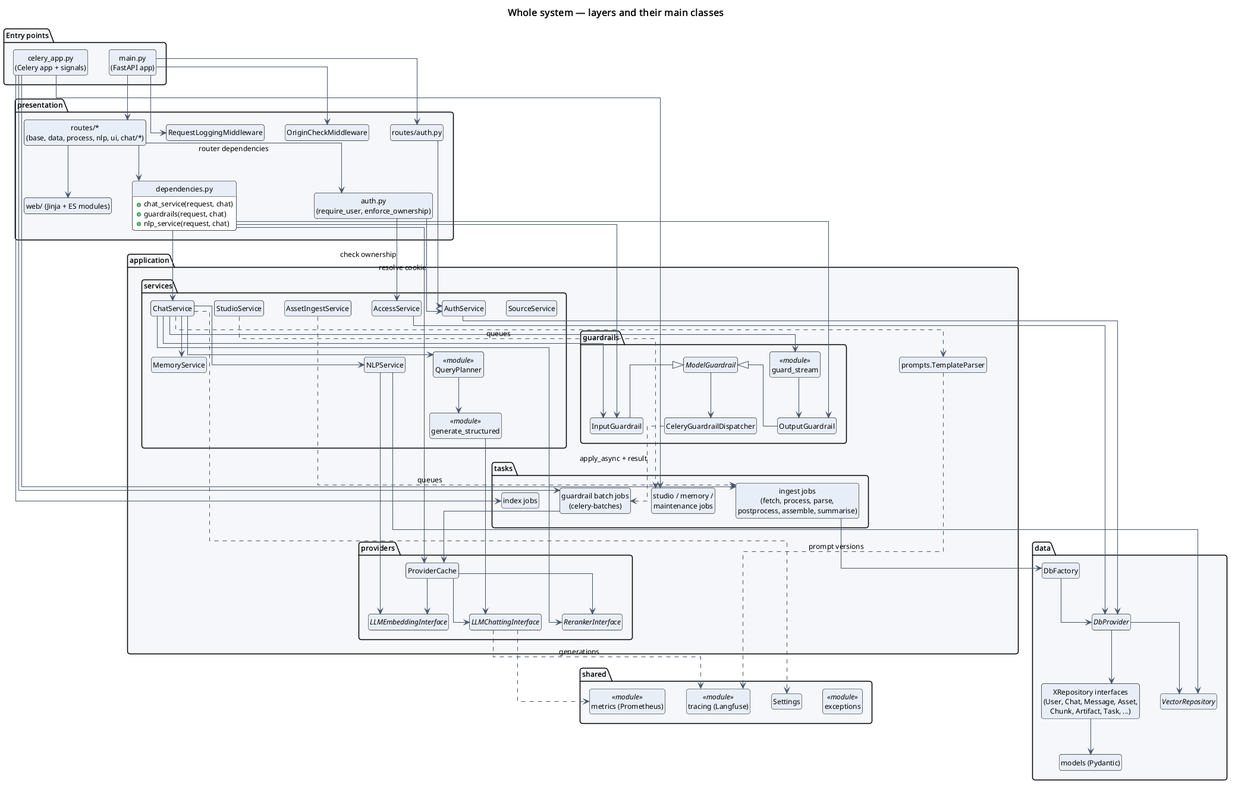
This is software_engineering/4_class_diagrams/system_overview.png from omarTBakr/notebookllm-minus, a PlantUML export, as it was before one commit.
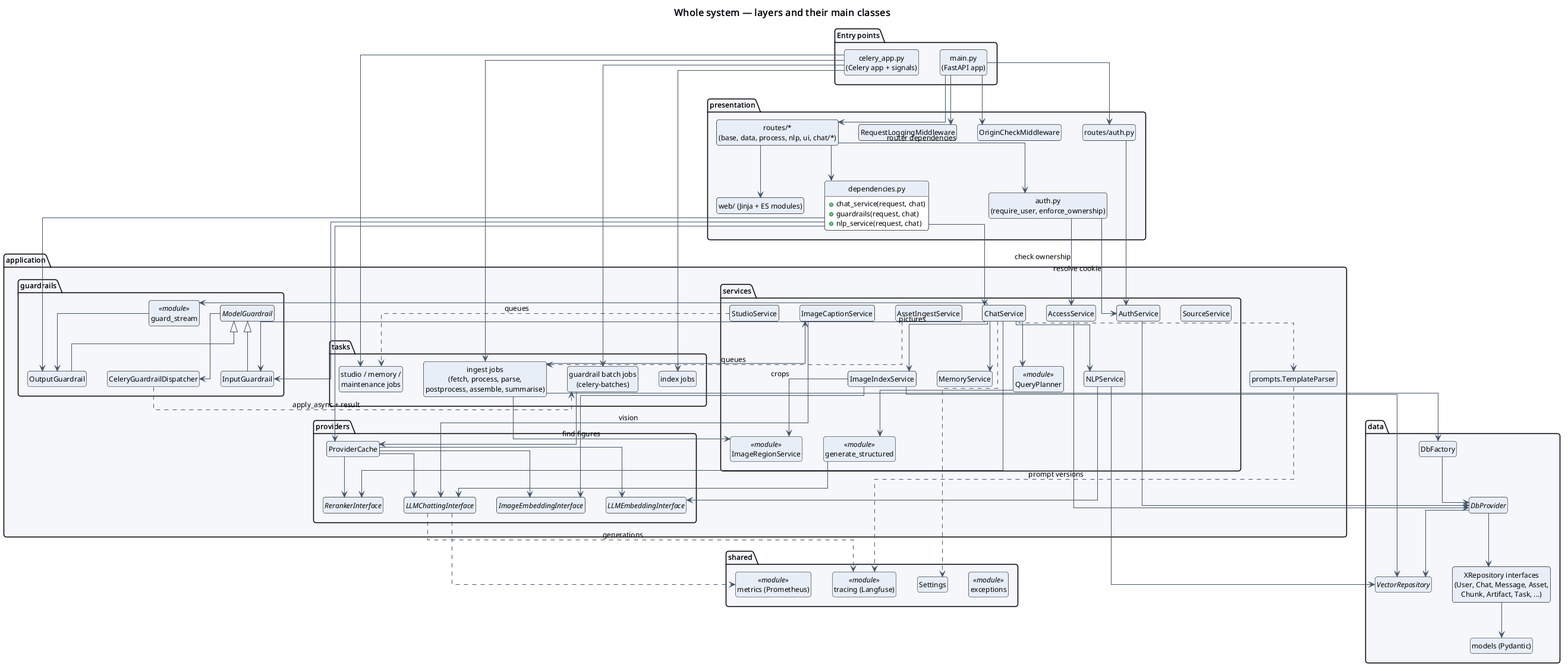
The same diagram one commit later.

The edit, as a diff of the source:
```diff
@@ -30,6 +30,9 @@
     class ChatService
     class QueryPlanner <<module>>
     class NLPService
+    class ImageIndexService
+    class ImageCaptionService
+    class "ImageRegionService" as IRS <<module>>
     class MemoryService
     class StudioService
     class AssetIngestService
@@ -48,6 +51,7 @@
     interface LLMChattingInterface
     interface LLMEmbeddingInterface
     interface RerankerInterface
+    interface ImageEmbeddingInterface
   }
   package "tasks" {
     class "ingest jobs\n(fetch, process, parse,\npostprocess, assemble, summarise)" as IngestJobs
@@ -108,6 +112,14 @@
 ProviderCache --> RerankerInterface
 NLPService --> LLMEmbeddingInterface
 NLPService --> VectorRepository
+ChatService --> ImageIndexService : pictures
+ImageIndexService --> ImageEmbeddingInterface
+ImageIndexService --> VectorRepository
+ImageIndexService --> IRS : crops
+ProviderCache --> ImageEmbeddingInterface
+IngestJobs --> ImageCaptionService
+IngestJobs --> IRS : find figures
+ImageCaptionService --> LLMChattingInterface : vision
 
 CeleryApp --> IngestJobs
 CeleryApp --> IndexJobs
```
